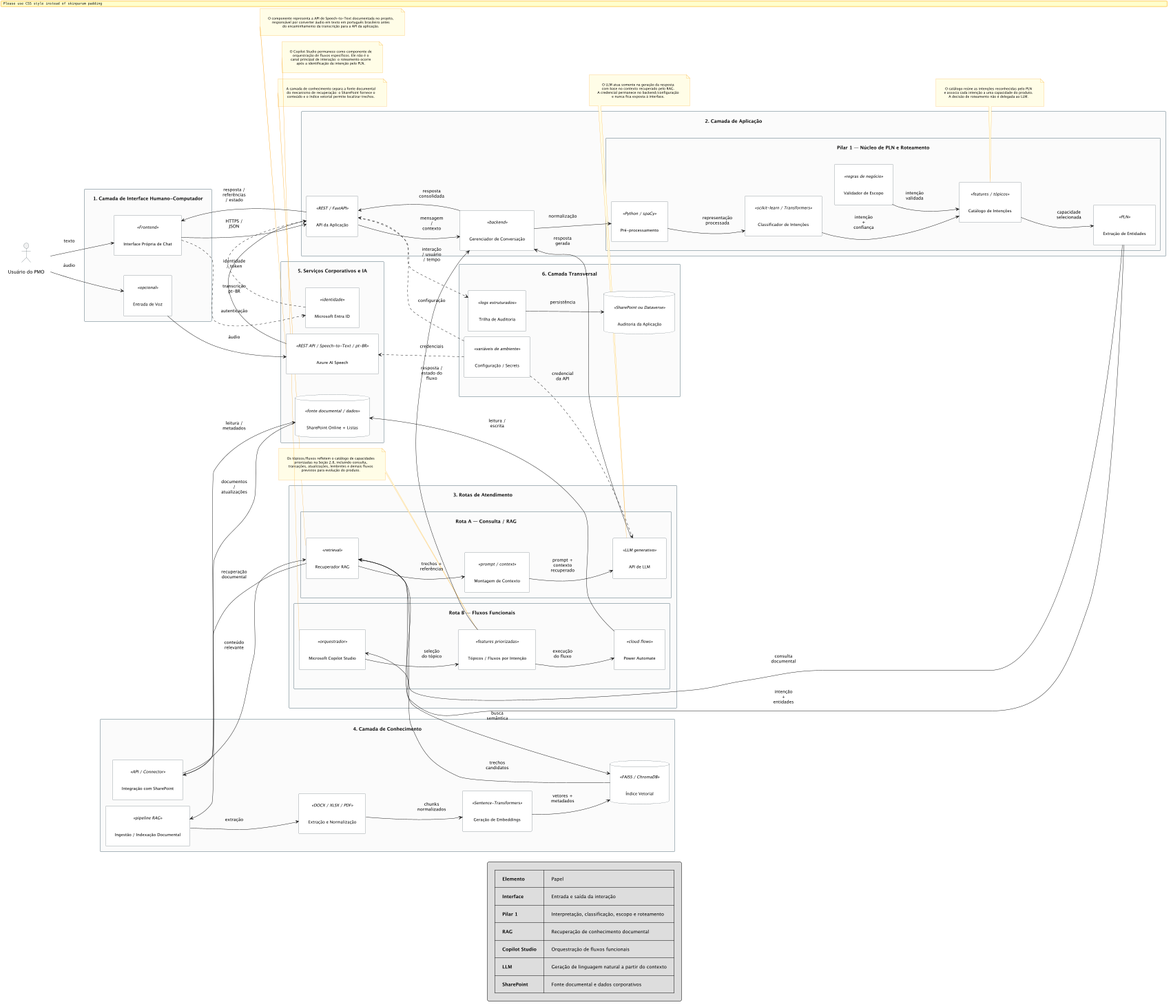
Earlier version of the PlantUML export docs/img/componentes-metro-5.2.png (jjalmeidadev/oneshot).
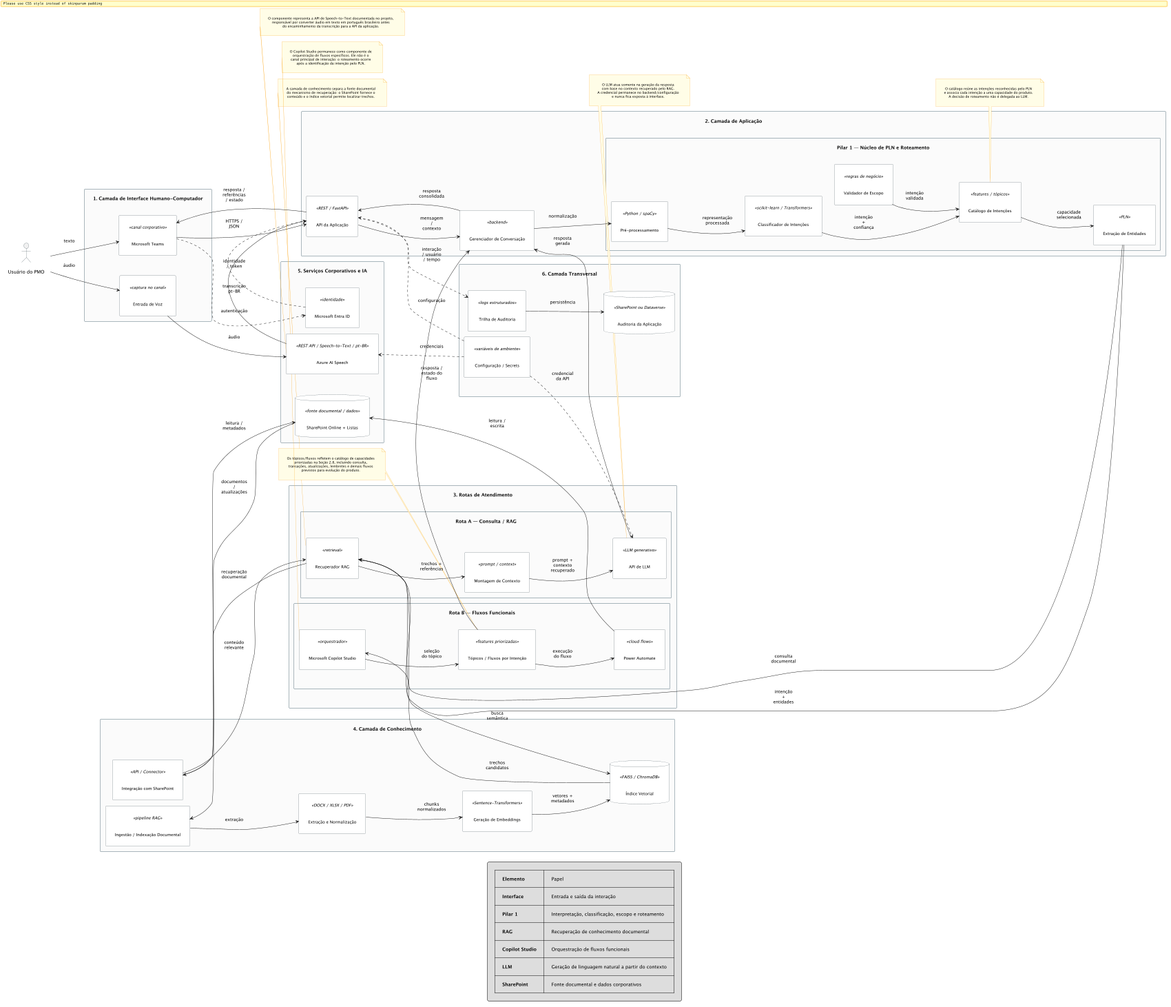
The same file after the commit.

Commit message:
docs: corrigir o canal de interação na seção 5.2 (#111)

What changed in the source:
```diff
@@ -42,8 +42,8 @@
 actor "Usuário do PMO" as Usuario
 
 package "1. Camada de Interface Humano-Computador" as Interface {
-  component "Interface Própria de Chat" as Chat <<Frontend>>
-  component "Entrada de Voz" as Voz <<opcional>>
+  component "Microsoft Teams" as Chat <<canal corporativo>>
+  component "Entrada de Voz" as Voz <<captura no canal>>
 }
 
 package "2. Camada de Aplicação" as Aplicacao {
```
